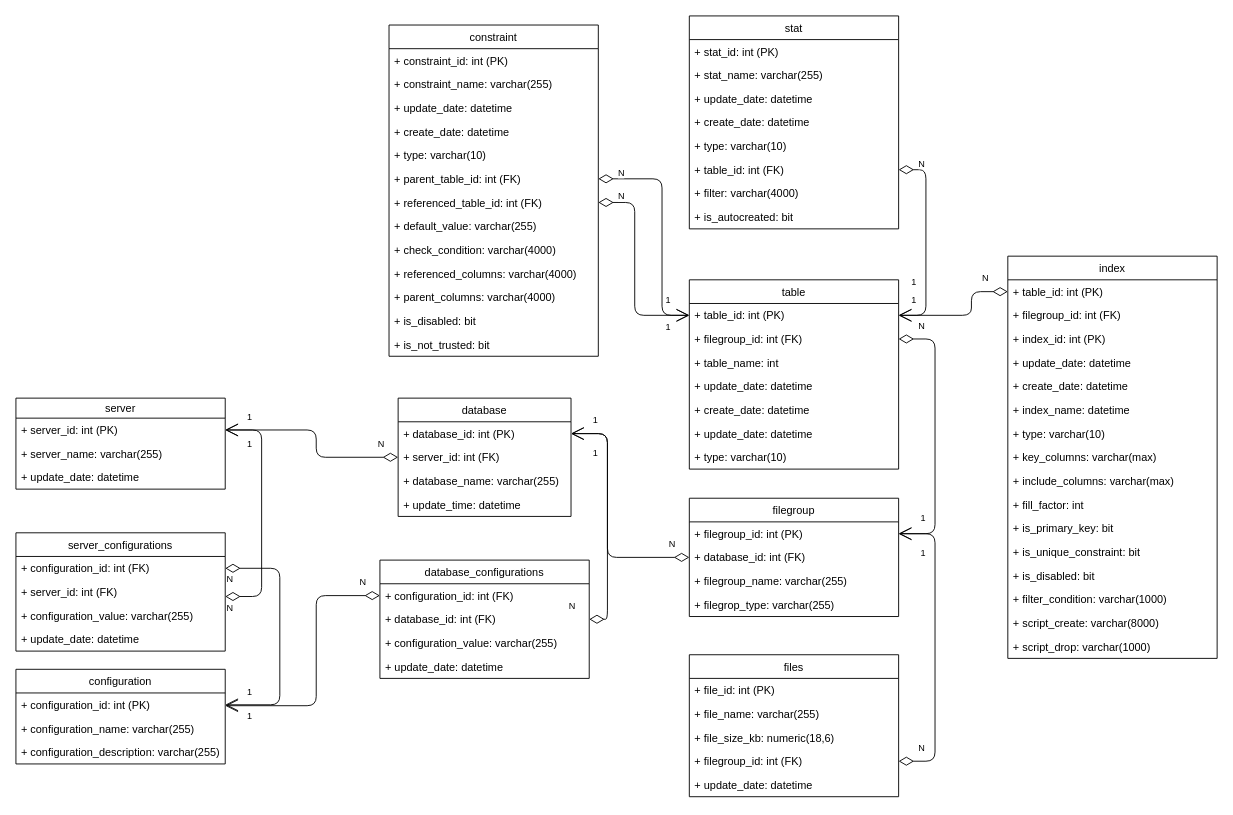
adrianhideki/sindex keeps this draw.io diagram as mer/MER.drawio. Above is the earlier version. Source tidied: cells renumbered, new cells numbered last; positions are measured from the earlier drawing's top-left corner, leaving out a move shared by most shapes. Both pictures are drawn from the tidied source at 91%, with x=0, y=0 at pixel (15, 15).
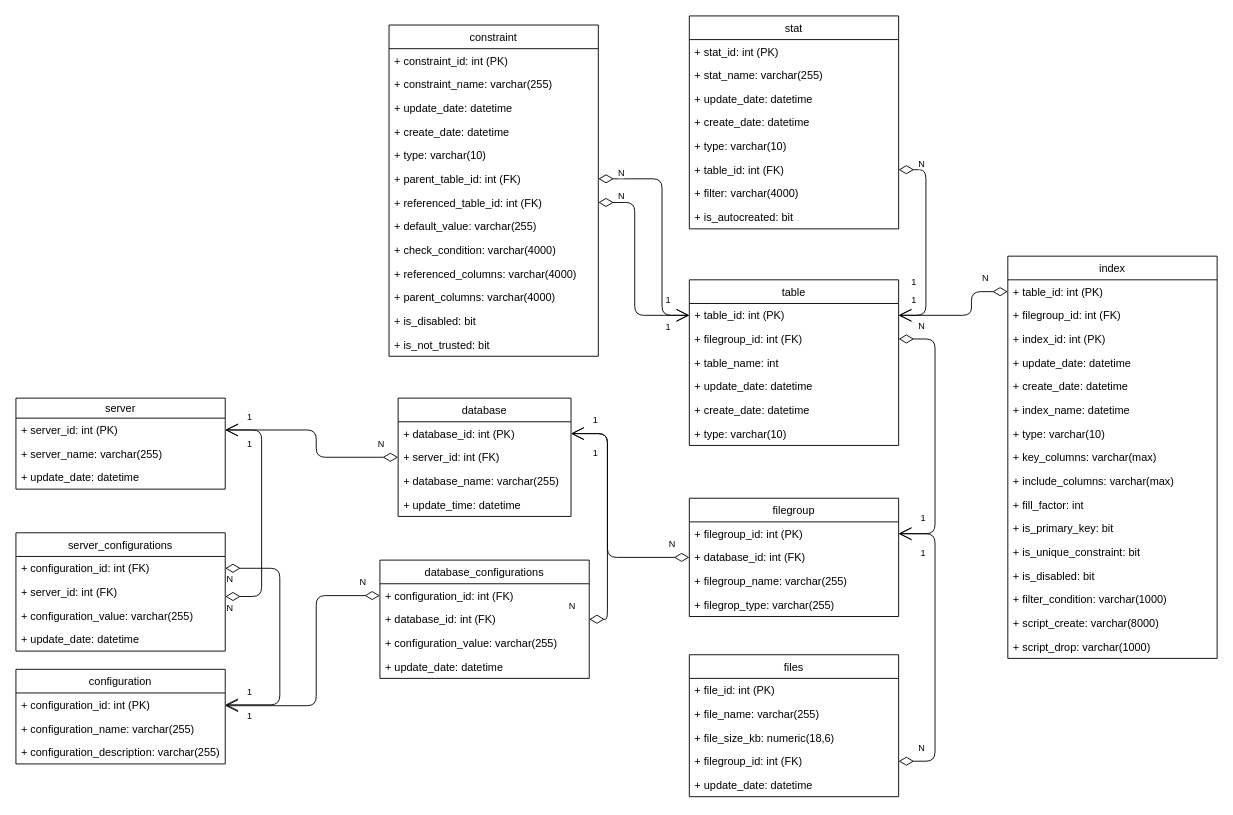
After the change.

What changed in the source:
```diff
@@
     <mxCell id="57" value="table" style="swimlane;fontStyle=0;horizontal=1;startSize=26;fillColor=none;" parent="1" vertex="1">
-      <mxGeometry x="740" y="290" width="230" height="208" as="geometry" />
+      <mxGeometry x="740" y="290" width="230" height="182" as="geometry" />
     </mxCell>
@@
-    <mxCell id="63" value="+ update_date: datetime" style="text;strokeColor=none;fillColor=none;align=left;verticalAlign=top;spacingLeft=4;spacingRight=4;overflow=hidden;" parent="57" vertex="1">
-      <mxGeometry y="156" width="230" height="26" as="geometry" />
-    </mxCell>
     <mxCell id="64" value="+ type: varchar(10)" style="text;strokeColor=none;fillColor=none;align=left;verticalAlign=top;spacingLeft=4;spacingRight=4;overflow=hidden;" parent="57" vertex="1">
-      <mxGeometry y="182" width="230" height="26" as="geometry" />
+      <mxGeometry y="156" width="230" height="26" as="geometry" />
     </mxCell>
```
